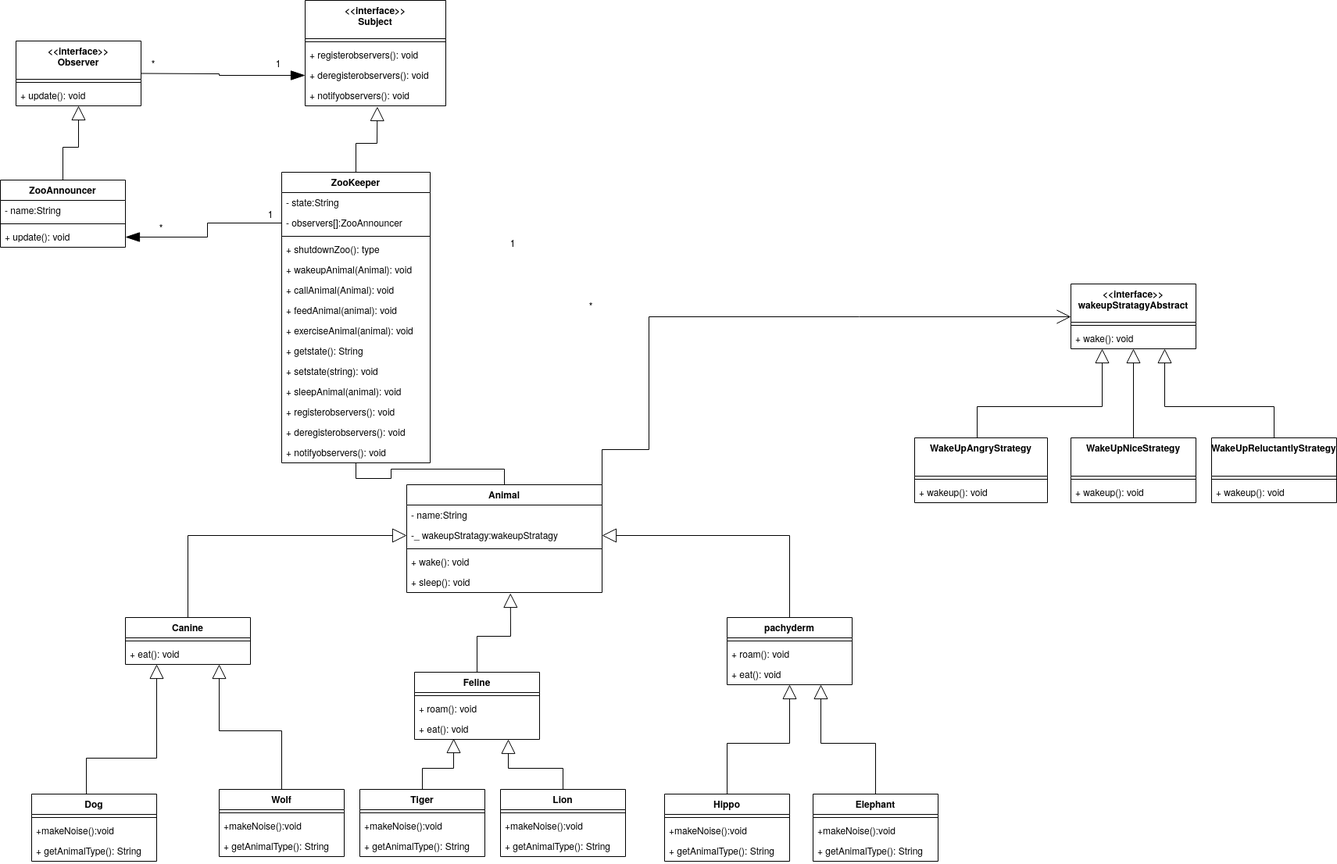
Above: classdiagramproject2.png in masc7859/csci5448_proj2 (draw.io), before the change. Source tidied: cells renumbered, new cells last; positions are measured from the earlier drawing's top-left corner, leaving out a move shared by most shapes.
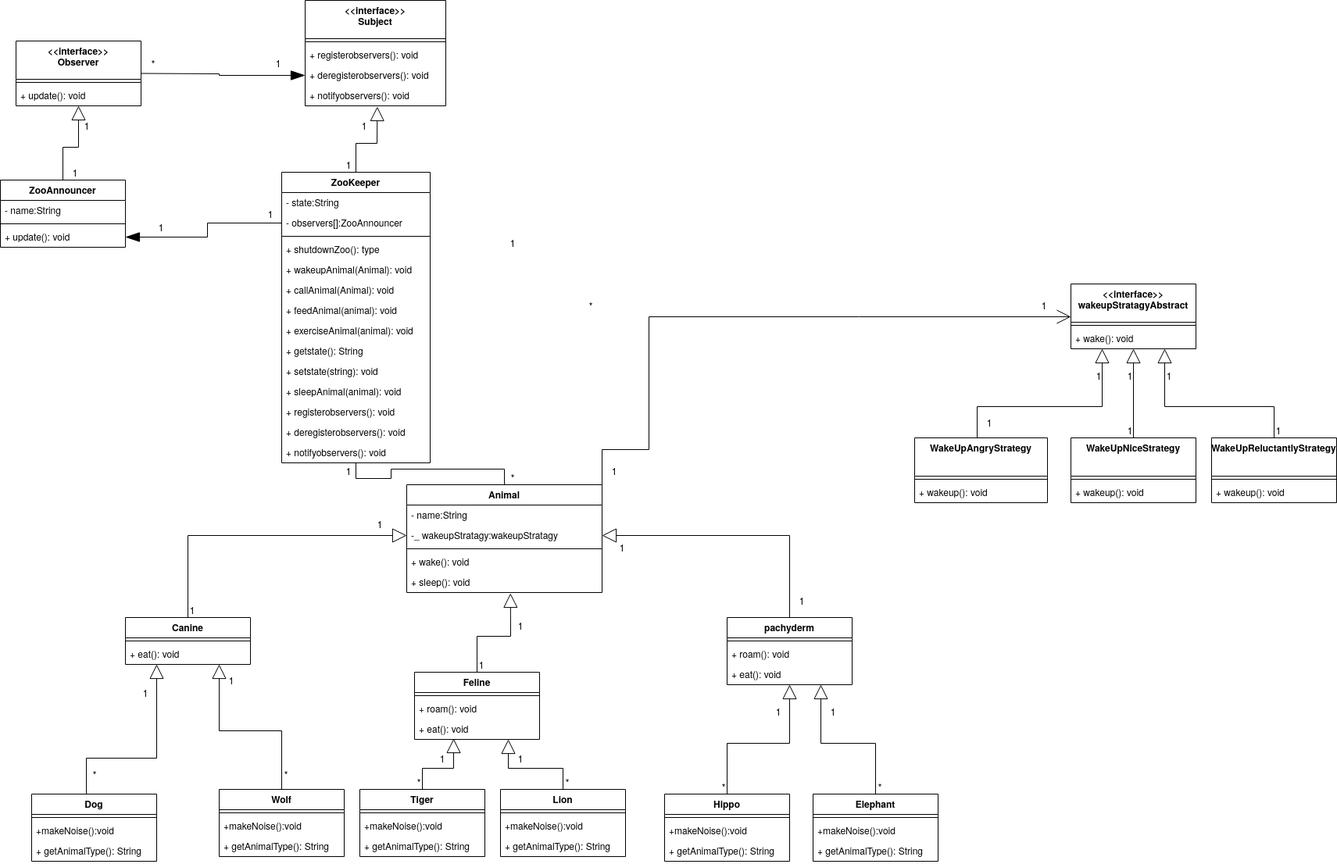
The same diagram one commit later.

Commit message:
multiplicities of classes

Change to the diagram source:
```diff
@@ -331,8 +331,104 @@
     <mxCell id="104" value="1" style="text;html=1;strokeColor=none;fillColor=none;align=center;verticalAlign=middle;whiteSpace=wrap;rounded=0;" parent="1" vertex="1">
       <mxGeometry x="340" y="263" width="10" height="20" as="geometry" />
     </mxCell>
-    <mxCell id="105" value="*" style="text;html=1;strokeColor=none;fillColor=none;align=center;verticalAlign=middle;whiteSpace=wrap;rounded=0;" parent="1" vertex="1">
+    <mxCell id="105" value="1" style="text;html=1;strokeColor=none;fillColor=none;align=center;verticalAlign=middle;whiteSpace=wrap;rounded=0;" parent="1" vertex="1">
       <mxGeometry x="200" y="280" width="10" height="20" as="geometry" />
     </mxCell>
+    <mxCell id="106" value="*" style="text;html=1;strokeColor=none;fillColor=none;align=center;verticalAlign=middle;whiteSpace=wrap;rounded=0;" parent="1" vertex="1">
+      <mxGeometry x="650" y="600" width="10" height="20" as="geometry" />
+    </mxCell>
+    <mxCell id="107" value="1" style="text;html=1;strokeColor=none;fillColor=none;align=center;verticalAlign=middle;whiteSpace=wrap;rounded=0;" parent="1" vertex="1">
+      <mxGeometry x="440" y="591.5" width="10" height="20" as="geometry" />
+    </mxCell>
+    <mxCell id="108" value="1" style="text;html=1;strokeColor=none;fillColor=none;align=center;verticalAlign=middle;whiteSpace=wrap;rounded=0;" parent="1" vertex="1">
+      <mxGeometry x="780" y="591.5" width="10" height="20" as="geometry" />
+    </mxCell>
+    <mxCell id="109" value="1" style="text;html=1;strokeColor=none;fillColor=none;align=center;verticalAlign=middle;whiteSpace=wrap;rounded=0;" parent="1" vertex="1">
+      <mxGeometry x="1330" y="380" width="10" height="20" as="geometry" />
+    </mxCell>
+    <mxCell id="110" value="1" style="text;html=1;strokeColor=none;fillColor=none;align=center;verticalAlign=middle;whiteSpace=wrap;rounded=0;" parent="1" vertex="1">
+      <mxGeometry x="1260" y="530" width="10" height="20" as="geometry" />
+    </mxCell>
+    <mxCell id="111" value="1" style="text;html=1;strokeColor=none;fillColor=none;align=center;verticalAlign=middle;whiteSpace=wrap;rounded=0;" parent="1" vertex="1">
+      <mxGeometry x="1400" y="470" width="10" height="20" as="geometry" />
+    </mxCell>
+    <mxCell id="112" value="1" style="text;html=1;strokeColor=none;fillColor=none;align=center;verticalAlign=middle;whiteSpace=wrap;rounded=0;" parent="1" vertex="1">
+      <mxGeometry x="1440" y="540" width="10" height="20" as="geometry" />
+    </mxCell>
+    <mxCell id="113" value="1" style="text;html=1;strokeColor=none;fillColor=none;align=center;verticalAlign=middle;whiteSpace=wrap;rounded=0;" parent="1" vertex="1">
+      <mxGeometry x="1440" y="470" width="10" height="20" as="geometry" />
+    </mxCell>
+    <mxCell id="114" value="1" style="text;html=1;strokeColor=none;fillColor=none;align=center;verticalAlign=middle;whiteSpace=wrap;rounded=0;" parent="1" vertex="1">
+      <mxGeometry x="1490" y="470" width="10" height="20" as="geometry" />
+    </mxCell>
+    <mxCell id="115" value="1" style="text;html=1;strokeColor=none;fillColor=none;align=center;verticalAlign=middle;whiteSpace=wrap;rounded=0;" parent="1" vertex="1">
+      <mxGeometry x="1630" y="540" width="10" height="20" as="geometry" />
+    </mxCell>
+    <mxCell id="116" value="1" style="text;html=1;strokeColor=none;fillColor=none;align=center;verticalAlign=middle;whiteSpace=wrap;rounded=0;" parent="1" vertex="1">
+      <mxGeometry x="480" y="660" width="10" height="20" as="geometry" />
+    </mxCell>
+    <mxCell id="117" value="1" style="text;html=1;strokeColor=none;fillColor=none;align=center;verticalAlign=middle;whiteSpace=wrap;rounded=0;" parent="1" vertex="1">
+      <mxGeometry x="240" y="770" width="10" height="20" as="geometry" />
+    </mxCell>
+    <mxCell id="118" value="1" style="text;html=1;strokeColor=none;fillColor=none;align=center;verticalAlign=middle;whiteSpace=wrap;rounded=0;" parent="1" vertex="1">
+      <mxGeometry x="610" y="840" width="10" height="20" as="geometry" />
+    </mxCell>
+    <mxCell id="119" value="1" style="text;html=1;strokeColor=none;fillColor=none;align=center;verticalAlign=middle;whiteSpace=wrap;rounded=0;" parent="1" vertex="1">
+      <mxGeometry x="660" y="790" width="10" height="20" as="geometry" />
+    </mxCell>
+    <mxCell id="120" value="1" style="text;html=1;strokeColor=none;fillColor=none;align=center;verticalAlign=middle;whiteSpace=wrap;rounded=0;" parent="1" vertex="1">
+      <mxGeometry x="790" y="690" width="10" height="20" as="geometry" />
+    </mxCell>
+    <mxCell id="121" value="1" style="text;html=1;strokeColor=none;fillColor=none;align=center;verticalAlign=middle;whiteSpace=wrap;rounded=0;" parent="1" vertex="1">
+      <mxGeometry x="1020" y="758" width="10" height="20" as="geometry" />
+    </mxCell>
+    <mxCell id="122" value="1" style="text;html=1;strokeColor=none;fillColor=none;align=center;verticalAlign=middle;whiteSpace=wrap;rounded=0;" parent="1" vertex="1">
+      <mxGeometry x="1060" y="900" width="10" height="20" as="geometry" />
+    </mxCell>
+    <mxCell id="123" value="1" style="text;html=1;strokeColor=none;fillColor=none;align=center;verticalAlign=middle;whiteSpace=wrap;rounded=0;" parent="1" vertex="1">
+      <mxGeometry x="990" y="900" width="10" height="20" as="geometry" />
+    </mxCell>
+    <mxCell id="124" value="1" style="text;html=1;strokeColor=none;fillColor=none;align=center;verticalAlign=middle;whiteSpace=wrap;rounded=0;" parent="1" vertex="1">
+      <mxGeometry x="660" y="960" width="10" height="20" as="geometry" />
+    </mxCell>
+    <mxCell id="125" value="1" style="text;html=1;strokeColor=none;fillColor=none;align=center;verticalAlign=middle;whiteSpace=wrap;rounded=0;" parent="1" vertex="1">
+      <mxGeometry x="560" y="960" width="10" height="20" as="geometry" />
+    </mxCell>
+    <mxCell id="126" value="1" style="text;html=1;strokeColor=none;fillColor=none;align=center;verticalAlign=middle;whiteSpace=wrap;rounded=0;" parent="1" vertex="1">
+      <mxGeometry x="290" y="860" width="10" height="20" as="geometry" />
+    </mxCell>
+    <mxCell id="127" value="1" style="text;html=1;strokeColor=none;fillColor=none;align=center;verticalAlign=middle;whiteSpace=wrap;rounded=0;" parent="1" vertex="1">
+      <mxGeometry x="180" y="876" width="10" height="20" as="geometry" />
+    </mxCell>
+    <mxCell id="128" value="*" style="text;html=1;strokeColor=none;fillColor=none;align=center;verticalAlign=middle;whiteSpace=wrap;rounded=0;" parent="1" vertex="1">
+      <mxGeometry x="360" y="980" width="10" height="20" as="geometry" />
+    </mxCell>
+    <mxCell id="129" value="*" style="text;html=1;strokeColor=none;fillColor=none;align=center;verticalAlign=middle;whiteSpace=wrap;rounded=0;" parent="1" vertex="1">
+      <mxGeometry x="115" y="980" width="10" height="20" as="geometry" />
+    </mxCell>
+    <mxCell id="130" value="*" style="text;html=1;strokeColor=none;fillColor=none;align=center;verticalAlign=middle;whiteSpace=wrap;rounded=0;" parent="1" vertex="1">
+      <mxGeometry x="530" y="990" width="10" height="20" as="geometry" />
+    </mxCell>
+    <mxCell id="131" value="*" style="text;html=1;strokeColor=none;fillColor=none;align=center;verticalAlign=middle;whiteSpace=wrap;rounded=0;" parent="1" vertex="1">
+      <mxGeometry x="720" y="990" width="10" height="20" as="geometry" />
+    </mxCell>
+    <mxCell id="132" value="*" style="text;html=1;strokeColor=none;fillColor=none;align=center;verticalAlign=middle;whiteSpace=wrap;rounded=0;" parent="1" vertex="1">
+      <mxGeometry x="920" y="996" width="10" height="20" as="geometry" />
+    </mxCell>
+    <mxCell id="133" value="*" style="text;html=1;strokeColor=none;fillColor=none;align=center;verticalAlign=middle;whiteSpace=wrap;rounded=0;" parent="1" vertex="1">
+      <mxGeometry x="1120" y="996" width="10" height="20" as="geometry" />
+    </mxCell>
+    <mxCell id="134" value="1" style="text;html=1;strokeColor=none;fillColor=none;align=center;verticalAlign=middle;whiteSpace=wrap;rounded=0;" parent="1" vertex="1">
+      <mxGeometry x="440" y="200" width="10" height="20" as="geometry" />
+    </mxCell>
+    <mxCell id="135" value="1" style="text;html=1;strokeColor=none;fillColor=none;align=center;verticalAlign=middle;whiteSpace=wrap;rounded=0;" parent="1" vertex="1">
+      <mxGeometry x="460" y="150" width="10" height="20" as="geometry" />
+    </mxCell>
+    <mxCell id="136" value="1" style="text;html=1;strokeColor=none;fillColor=none;align=center;verticalAlign=middle;whiteSpace=wrap;rounded=0;" parent="1" vertex="1">
+      <mxGeometry x="105" y="150" width="10" height="20" as="geometry" />
+    </mxCell>
+    <mxCell id="137" value="1" style="text;html=1;strokeColor=none;fillColor=none;align=center;verticalAlign=middle;whiteSpace=wrap;rounded=0;" parent="1" vertex="1">
+      <mxGeometry x="90" y="210" width="10" height="20" as="geometry" />
+    </mxCell>
   </root>
 </mxGraphModel>
```
